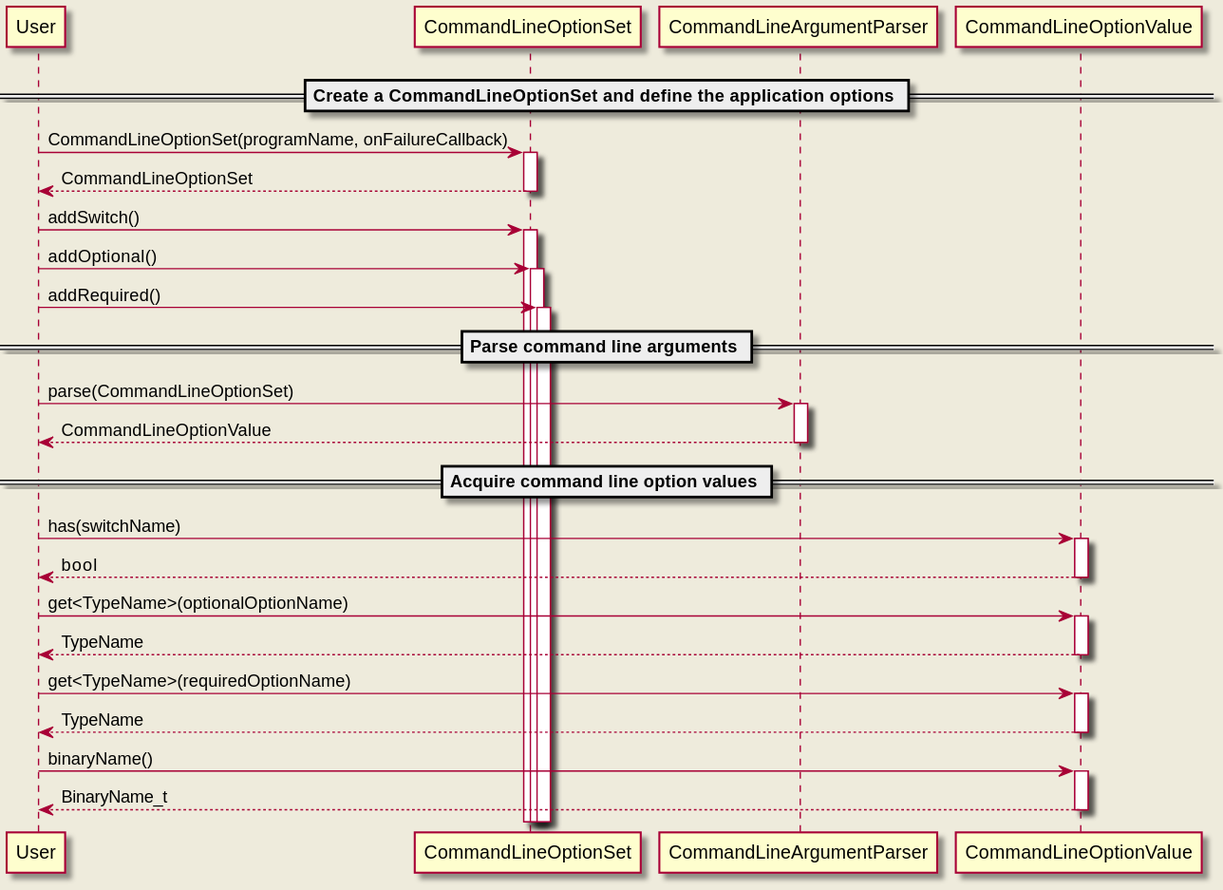
Above: doc/website/images/command_line_parser_usage.svg in eclipse-iceoryx/iceoryx (PlantUML), before the change. Its source is kept beside it as doc/design/diagrams/command_line_parser/command_line_parser_usage.puml.
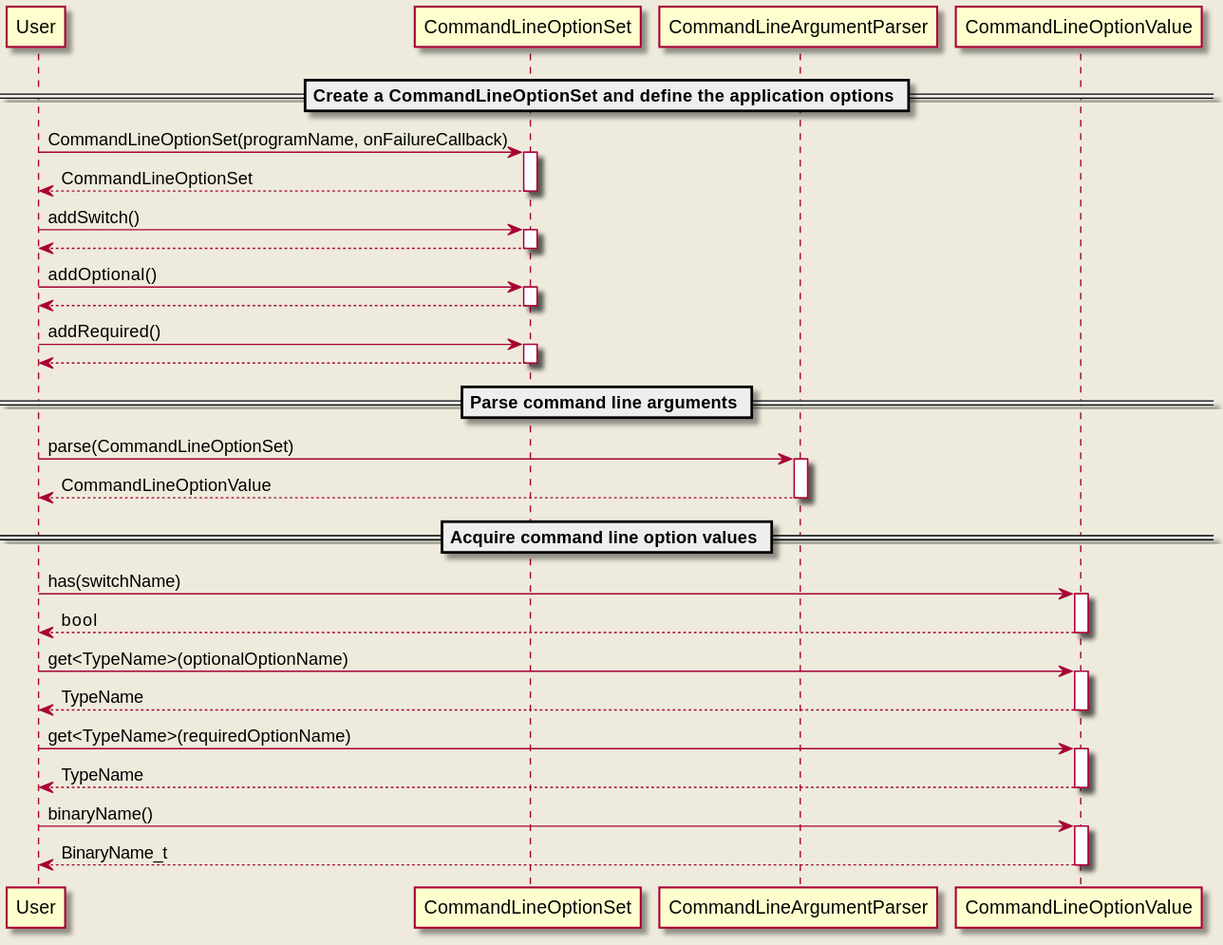
After the change.

Commit message:
iox-#1067 Adjusted design document example to be consistent with diagrams, renamed test

Change to the diagram source:
```diff
@@ -6,10 +6,13 @@
 return CommandLineOptionSet
 
 User -> CommandLineOptionSet ++ : addSwitch()
+return
 
 User -> CommandLineOptionSet ++ : addOptional()
+return
 
 User -> CommandLineOptionSet ++ : addRequired()
+return
 
 == Parse command line arguments ==
 
```
